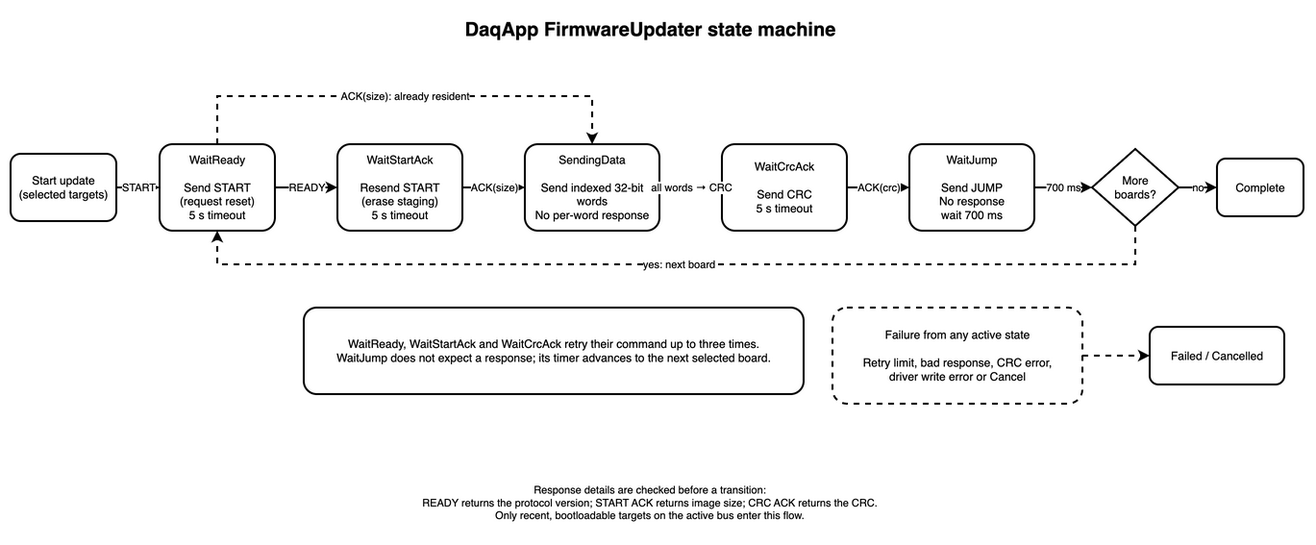
Above: docs/daqapp/daqapp_bootloader_state_machine.drawio.png in PurdueElectricRacing/monorepo (draw.io), before the change. Source tidied: cells renumbered, new cells last; positions are measured from the earlier drawing's top-left corner, leaving out a move shared by most shapes.
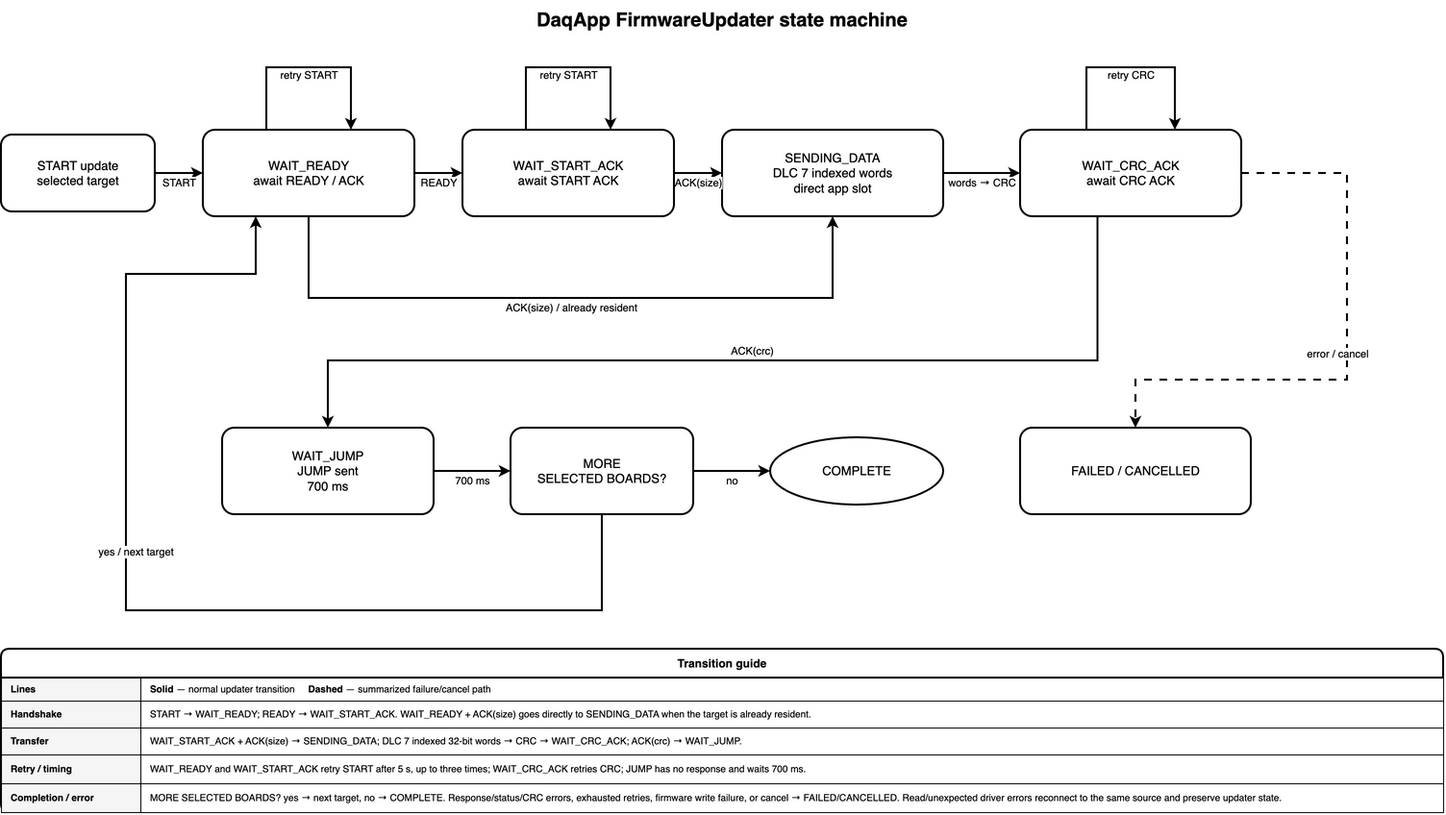
The same file after the commit.

Commit message:
Update bootloader diagrams for full application slot

Diff of the diagram source:
```diff
@@ -2,84 +2,145 @@
   <root>
     <mxCell id="0" />
     <mxCell id="1" parent="0" />
-    <mxCell id="2" value="DaqApp FirmwareUpdater state machine" style="text;html=1;align=center;verticalAlign=middle;fontSize=20;fontStyle=1;" parent="1" vertex="1">
-      <mxGeometry x="365" width="600" height="40" as="geometry" />
+    <mxCell id="2" value="DaqApp FirmwareUpdater state machine" style="text;html=1;whiteSpace=wrap;align=center;verticalAlign=middle;fontSize=20;fontStyle=1;" parent="1" vertex="1">
+      <mxGeometry x="375" y="-5" width="720" height="40" as="geometry" />
     </mxCell>
-    <mxCell id="3" value="Start update&lt;br&gt;(selected targets)" style="rounded=1;whiteSpace=wrap;html=1;fontSize=12;strokeWidth=2;" parent="1" vertex="1">
-      <mxGeometry y="150" width="110" height="70" as="geometry" />
+    <mxCell id="3" value="START update&lt;br&gt;selected target" style="rounded=1;whiteSpace=wrap;html=1;fontSize=13;strokeWidth=2;arcSize=14;" parent="1" vertex="1">
+      <mxGeometry x="-15" y="135" width="160" height="80" as="geometry" />
     </mxCell>
-    <mxCell id="4" value="WaitReady&lt;br&gt;&lt;br&gt;Send START&lt;br&gt;(request reset)&lt;br&gt;5 s timeout" style="rounded=1;whiteSpace=wrap;html=1;fontSize=12;strokeWidth=2;" parent="1" vertex="1">
-      <mxGeometry x="155" y="140" width="120" height="90" as="geometry" />
+    <mxCell id="4" value="WAIT_READY&lt;br&gt;await READY / ACK" style="rounded=1;whiteSpace=wrap;html=1;fontSize=13;strokeWidth=2;arcSize=14;" parent="1" vertex="1">
+      <mxGeometry x="195" y="130" width="220" height="90" as="geometry" />
     </mxCell>
-    <mxCell id="5" value="WaitStartAck&lt;br&gt;&lt;br&gt;Resend START&lt;br&gt;(erase staging)&lt;br&gt;5 s timeout" style="rounded=1;whiteSpace=wrap;html=1;fontSize=12;strokeWidth=2;" parent="1" vertex="1">
-      <mxGeometry x="340" y="140" width="130" height="90" as="geometry" />
+    <mxCell id="5" value="WAIT_START_ACK&lt;br&gt;await START ACK" style="rounded=1;whiteSpace=wrap;html=1;fontSize=13;strokeWidth=2;arcSize=14;" parent="1" vertex="1">
+      <mxGeometry x="465" y="130" width="220" height="90" as="geometry" />
     </mxCell>
-    <mxCell id="6" value="SendingData&lt;br&gt;&lt;br&gt;Send indexed 32-bit words&lt;br&gt;No per-word response" style="rounded=1;whiteSpace=wrap;html=1;fontSize=12;strokeWidth=2;" parent="1" vertex="1">
-      <mxGeometry x="535" y="140" width="140" height="90" as="geometry" />
+    <mxCell id="6" value="SENDING_DATA&lt;br&gt;DLC 7 indexed words&lt;br&gt;direct app slot" style="rounded=1;whiteSpace=wrap;html=1;fontSize=13;strokeWidth=2;arcSize=14;" parent="1" vertex="1">
+      <mxGeometry x="735" y="130" width="230" height="90" as="geometry" />
     </mxCell>
-    <mxCell id="7" value="WaitCrcAck&lt;br&gt;&lt;br&gt;Send CRC&lt;br&gt;5 s timeout" style="rounded=1;whiteSpace=wrap;html=1;fontSize=12;strokeWidth=2;" parent="1" vertex="1">
-      <mxGeometry x="740" y="140" width="130" height="90" as="geometry" />
+    <mxCell id="7" value="WAIT_CRC_ACK&lt;br&gt;await CRC ACK" style="rounded=1;whiteSpace=wrap;html=1;fontSize=13;strokeWidth=2;arcSize=14;" parent="1" vertex="1">
+      <mxGeometry x="1045" y="130" width="230" height="90" as="geometry" />
     </mxCell>
-    <mxCell id="8" value="WaitJump&lt;br&gt;&lt;br&gt;Send JUMP&lt;br&gt;No response&lt;br&gt;wait 700 ms" style="rounded=1;whiteSpace=wrap;html=1;fontSize=12;strokeWidth=2;" parent="1" vertex="1">
-      <mxGeometry x="935" y="140" width="130" height="90" as="geometry" />
+    <mxCell id="8" value="WAIT_JUMP&lt;br&gt;JUMP sent&lt;br&gt;700 ms" style="rounded=1;whiteSpace=wrap;html=1;fontSize=13;strokeWidth=2;arcSize=14;" parent="1" vertex="1">
+      <mxGeometry x="215" y="440" width="220" height="90" as="geometry" />
     </mxCell>
-    <mxCell id="9" value="More&lt;br&gt;boards?" style="rhombus;whiteSpace=wrap;html=1;fontSize=12;strokeWidth=2;" parent="1" vertex="1">
-      <mxGeometry x="1125" y="145" width="90" height="80" as="geometry" />
+    <mxCell id="9" value="MORE&lt;br&gt;SELECTED BOARDS?" style="rounded=1;whiteSpace=wrap;html=1;fontSize=13;strokeWidth=2;arcSize=14;" parent="1" vertex="1">
+      <mxGeometry x="515" y="440" width="190" height="90" as="geometry" />
     </mxCell>
-    <mxCell id="10" value="Complete" style="rounded=1;whiteSpace=wrap;html=1;fontSize=12;strokeWidth=2;" parent="1" vertex="1">
-      <mxGeometry x="1255" y="155" width="90" height="60" as="geometry" />
+    <mxCell id="10" value="COMPLETE" style="ellipse;whiteSpace=wrap;html=1;fontSize=13;strokeWidth=2;" parent="1" vertex="1">
+      <mxGeometry x="785" y="450" width="180" height="70" as="geometry" />
     </mxCell>
-    <mxCell id="11" value="WaitReady, WaitStartAck and WaitCrcAck retry their command up to three times.&lt;br&gt;WaitJump does not expect a response; its timer advances to the next selected board." style="rounded=1;whiteSpace=wrap;html=1;fontSize=12;strokeWidth=2;" parent="1" vertex="1">
-      <mxGeometry x="305" y="310" width="520" height="90" as="geometry" />
-    </mxCell>
-    <mxCell id="12" value="Failure from any active state&lt;br&gt;&lt;br&gt;Retry limit, bad response, CRC error,&lt;br&gt;driver write error or Cancel" style="rounded=1;whiteSpace=wrap;html=1;fontSize=12;strokeWidth=2;dashed=1;dashPattern=3 3;" parent="1" vertex="1">
-      <mxGeometry x="855" y="310" width="260" height="100" as="geometry" />
-    </mxCell>
-    <mxCell id="13" value="Failed / Cancelled" style="rounded=1;whiteSpace=wrap;html=1;fontSize=12;strokeWidth=2;" parent="1" vertex="1">
-      <mxGeometry x="1185" y="330" width="140" height="60" as="geometry" />
+    <mxCell id="13" value="FAILED / CANCELLED" style="rounded=1;whiteSpace=wrap;html=1;fontSize=13;strokeWidth=2;arcSize=14;" parent="1" vertex="1">
+      <mxGeometry x="1045" y="440" width="240" height="90" as="geometry" />
     </mxCell>
-    <mxCell id="14" value="Response details are checked before a transition:&lt;br&gt;READY returns the protocol version; START ACK returns image size; CRC ACK returns the CRC.&lt;br&gt;Only recent, bootloadable targets on the active bus enter this flow." style="text;html=1;whiteSpace=wrap;align=center;verticalAlign=middle;fontSize=11;" parent="1" vertex="1">
-      <mxGeometry x="305" y="480" width="720" height="65" as="geometry" />
-    </mxCell>
-    <mxCell id="15" value="START" style="edgeStyle=orthogonalEdgeStyle;rounded=0;jettySize=auto;html=1;endArrow=classic;fontSize=11;strokeWidth=2;" parent="1" edge="1" source="3" target="4">
-      <mxGeometry relative="1" as="geometry" />
+    <mxCell id="15" value="START" style="edgeStyle=orthogonalEdgeStyle;rounded=0;jettySize=18;html=1;endArrow=classic;endFill=1;fontSize=11;strokeWidth=2;labelBackgroundColor=#ffffff;" parent="1" edge="1" source="3" target="4">
+      <mxGeometry y="-10" relative="1" as="geometry" />
     </mxCell>
-    <mxCell id="16" value="READY" style="edgeStyle=orthogonalEdgeStyle;rounded=0;jettySize=auto;html=1;endArrow=classic;fontSize=11;strokeWidth=2;" parent="1" edge="1" source="4" target="5">
-      <mxGeometry relative="1" as="geometry" />
+    <mxCell id="16" value="READY" style="edgeStyle=orthogonalEdgeStyle;rounded=0;jettySize=18;html=1;endArrow=classic;endFill=1;fontSize=11;strokeWidth=2;labelBackgroundColor=#ffffff;" parent="1" edge="1" source="4" target="5">
+      <mxGeometry y="-10" relative="1" as="geometry" />
     </mxCell>
-    <mxCell id="17" value="ACK(size): already resident" style="edgeStyle=orthogonalEdgeStyle;rounded=0;jettySize=auto;html=1;dashed=1;dashPattern=3 3;endArrow=classic;fontSize=11;strokeWidth=2;" parent="1" edge="1" source="4" target="6">
-      <mxGeometry relative="1" as="geometry">
-        <Array as="points">
-          <mxPoint x="215" y="90" />
-          <mxPoint x="605" y="90" />
-        </Array>
-      </mxGeometry>
-    </mxCell>
-    <mxCell id="18" value="ACK(size)" style="edgeStyle=orthogonalEdgeStyle;rounded=0;jettySize=auto;html=1;endArrow=classic;fontSize=11;strokeWidth=2;" parent="1" edge="1" source="5" target="6">
-      <mxGeometry relative="1" as="geometry" />
+    <mxCell id="18" value="ACK(size)" style="edgeStyle=orthogonalEdgeStyle;rounded=0;jettySize=18;html=1;endArrow=classic;endFill=1;fontSize=11;strokeWidth=2;labelBackgroundColor=#ffffff;" parent="1" edge="1" source="5" target="6">
+      <mxGeometry y="-10" relative="1" as="geometry" />
     </mxCell>
-    <mxCell id="19" value="all words → CRC" style="edgeStyle=orthogonalEdgeStyle;rounded=0;jettySize=auto;html=1;endArrow=classic;fontSize=11;strokeWidth=2;" parent="1" edge="1" source="6" target="7">
-      <mxGeometry relative="1" as="geometry" />
+    <mxCell id="19" value="words → CRC" style="edgeStyle=orthogonalEdgeStyle;rounded=0;jettySize=18;html=1;endArrow=classic;endFill=1;fontSize=11;strokeWidth=2;labelBackgroundColor=#ffffff;" parent="1" edge="1" source="6" target="7">
+      <mxGeometry y="-10" relative="1" as="geometry" />
     </mxCell>
+    <mxCell id="17" value="ACK(size) / already resident" style="edgeStyle=orthogonalEdgeStyle;rounded=0;jettySize=18;html=1;endArrow=classic;endFill=1;fontSize=11;strokeWidth=2;labelBackgroundColor=#ffffff;exitX=0.5;exitY=1;entryX=0.5;entryY=1;" parent="1" edge="1" source="4" target="6">
+      <mxGeometry y="-10" relative="1" as="geometry">
+        <Array as="points">
+          <mxPoint x="305" y="305" />
+          <mxPoint x="850" y="305" />
+        </Array>
+      </mxGeometry>
+    </mxCell>
-    <mxCell id="20" value="ACK(crc)" style="edgeStyle=orthogonalEdgeStyle;rounded=0;jettySize=auto;html=1;endArrow=classic;fontSize=11;strokeWidth=2;" parent="1" edge="1" source="7" target="8">
-      <mxGeometry relative="1" as="geometry" />
+    <mxCell id="20" value="ACK(crc)" style="edgeStyle=orthogonalEdgeStyle;rounded=0;jettySize=18;html=1;endArrow=classic;endFill=1;fontSize=11;strokeWidth=2;labelBackgroundColor=#ffffff;exitX=0.35;exitY=1;entryX=0.5;entryY=0;" parent="1" edge="1" source="7" target="8">
+      <mxGeometry y="-10" relative="1" as="geometry">
+        <Array as="points">
+          <mxPoint x="1125" y="370" />
+          <mxPoint x="325" y="370" />
+        </Array>
+      </mxGeometry>
     </mxCell>
-    <mxCell id="21" value="700 ms" style="edgeStyle=orthogonalEdgeStyle;rounded=0;jettySize=auto;html=1;endArrow=classic;fontSize=11;strokeWidth=2;" parent="1" edge="1" source="8" target="9">
-      <mxGeometry relative="1" as="geometry" />
+    <mxCell id="21" value="700 ms" style="edgeStyle=orthogonalEdgeStyle;rounded=0;jettySize=18;html=1;endArrow=classic;endFill=1;fontSize=11;strokeWidth=2;labelBackgroundColor=#ffffff;" parent="1" edge="1" source="8" target="9">
+      <mxGeometry y="-10" relative="1" as="geometry" />
     </mxCell>
-    <mxCell id="22" value="no" style="edgeStyle=orthogonalEdgeStyle;rounded=0;jettySize=auto;html=1;endArrow=classic;fontSize=11;strokeWidth=2;" parent="1" edge="1" source="9" target="10">
-      <mxGeometry relative="1" as="geometry" />
+    <mxCell id="22" value="no" style="edgeStyle=orthogonalEdgeStyle;rounded=0;jettySize=18;html=1;endArrow=classic;endFill=1;fontSize=11;strokeWidth=2;labelBackgroundColor=#ffffff;" parent="1" edge="1" source="9" target="10">
+      <mxGeometry y="-10" relative="1" as="geometry" />
     </mxCell>
-    <mxCell id="23" value="yes: next board" style="edgeStyle=orthogonalEdgeStyle;rounded=0;jettySize=auto;html=1;dashed=1;dashPattern=3 3;endArrow=classic;fontSize=11;strokeWidth=2;" parent="1" edge="1" source="9" target="4">
-      <mxGeometry relative="1" as="geometry">
+    <mxCell id="23" value="yes / next target" style="edgeStyle=orthogonalEdgeStyle;rounded=0;jettySize=18;html=1;endArrow=classic;endFill=1;fontSize=11;strokeWidth=2;labelBackgroundColor=#ffffff;exitX=0.5;exitY=1;entryX=0.25;entryY=1;" parent="1" edge="1" source="9" target="4">
+      <mxGeometry x="0.15" y="-10" relative="1" as="geometry">
         <Array as="points">
-          <mxPoint x="1170" y="265" />
-          <mxPoint x="215" y="265" />
+          <mxPoint x="610" y="630" />
+          <mxPoint x="115" y="630" />
+          <mxPoint x="115" y="280" />
+          <mxPoint x="250" y="280" />
         </Array>
       </mxGeometry>
     </mxCell>
-    <mxCell id="24" style="edgeStyle=orthogonalEdgeStyle;rounded=0;jettySize=auto;html=1;dashed=1;dashPattern=3 3;endArrow=classic;strokeWidth=2;" parent="1" edge="1" source="12" target="13">
-      <mxGeometry relative="1" as="geometry" />
-    </mxCell>
+    <mxCell id="25" value="error / cancel" style="edgeStyle=orthogonalEdgeStyle;rounded=0;jettySize=18;html=1;endArrow=classic;endFill=1;fontSize=11;strokeWidth=2;labelBackgroundColor=#ffffff;dashed=1;dashPattern=4 4;exitX=1;exitY=0.5;entryX=0.5;entryY=0;" parent="1" edge="1" source="7" target="13">
+      <mxGeometry y="-10" relative="1" as="geometry">
+        <Array as="points">
+          <mxPoint x="1385" y="175" />
+          <mxPoint x="1385" y="390" />
+          <mxPoint x="1165" y="390" />
+        </Array>
+      </mxGeometry>
+    </mxCell>
+    <mxCell id="26" value="retry START" style="edgeStyle=orthogonalEdgeStyle;rounded=0;orthogonalLoop=1;jettySize=18;html=1;endArrow=classic;endFill=1;fontSize=11;strokeWidth=2;labelBackgroundColor=#ffffff;validationAllowSelfLoop=1;exitX=0.3;exitY=0;entryX=0.7;entryY=0;" parent="1" edge="1" source="4" target="4">
+      <mxGeometry y="-8" relative="1" as="geometry">
+        <Array as="points">
+          <mxPoint x="261" y="65" />
+          <mxPoint x="349" y="65" />
+        </Array>
+      </mxGeometry>
+    </mxCell>
+    <mxCell id="27" value="retry START" style="edgeStyle=orthogonalEdgeStyle;rounded=0;orthogonalLoop=1;jettySize=18;html=1;endArrow=classic;endFill=1;fontSize=11;strokeWidth=2;labelBackgroundColor=#ffffff;validationAllowSelfLoop=1;exitX=0.3;exitY=0;entryX=0.7;entryY=0;" parent="1" edge="1" source="5" target="5">
+      <mxGeometry y="-8" relative="1" as="geometry">
+        <Array as="points">
+          <mxPoint x="531" y="65" />
+          <mxPoint x="619" y="65" />
+        </Array>
+      </mxGeometry>
+    </mxCell>
+    <mxCell id="28" value="retry CRC" style="edgeStyle=orthogonalEdgeStyle;rounded=0;orthogonalLoop=1;jettySize=18;html=1;endArrow=classic;endFill=1;fontSize=11;strokeWidth=2;labelBackgroundColor=#ffffff;validationAllowSelfLoop=1;exitX=0.3;exitY=0;entryX=0.7;entryY=0;" parent="1" edge="1" source="7" target="7">
+      <mxGeometry y="-8" relative="1" as="geometry">
+        <Array as="points">
+          <mxPoint x="1114" y="65" />
+          <mxPoint x="1206" y="65" />
+        </Array>
+      </mxGeometry>
+    </mxCell>
+    <mxCell id="29" value="Transition guide" style="swimlane;whiteSpace=wrap;html=1;startSize=30;rounded=1;arcSize=10;fontSize=12;fontStyle=1;strokeWidth=2;" parent="1" vertex="1">
+      <mxGeometry x="-15" y="670" width="1500" height="170" as="geometry" />
+    </mxCell>
+    <mxCell id="30" value="Lines" style="rounded=0;whiteSpace=wrap;html=1;fontSize=10;fontStyle=1;align=left;verticalAlign=middle;spacingLeft=8;strokeWidth=1;fillColor=#f5f5f5;" parent="29" vertex="1">
+      <mxGeometry y="30" width="145" height="24" as="geometry" />
+    </mxCell>
+    <mxCell id="31" value="&lt;b&gt;Solid&lt;/b&gt; — normal updater transition &amp;nbsp;&amp;nbsp;&amp;nbsp; &lt;b&gt;Dashed&lt;/b&gt; — summarized failure/cancel path" style="rounded=0;whiteSpace=wrap;html=1;fontSize=10;align=left;verticalAlign=middle;spacingLeft=8;spacingRight=8;strokeWidth=1;" parent="29" vertex="1">
+      <mxGeometry x="145" y="30" width="1355" height="24" as="geometry" />
+    </mxCell>
+    <mxCell id="32" value="Handshake" style="rounded=0;whiteSpace=wrap;html=1;fontSize=10;fontStyle=1;align=left;verticalAlign=middle;spacingLeft=8;strokeWidth=1;fillColor=#f5f5f5;" parent="29" vertex="1">
+      <mxGeometry y="54" width="145" height="28" as="geometry" />
+    </mxCell>
+    <mxCell id="33" value="START → WAIT_READY; READY → WAIT_START_ACK. WAIT_READY + ACK(size) goes directly to SENDING_DATA when the target is already resident." style="rounded=0;whiteSpace=wrap;html=1;fontSize=10;align=left;verticalAlign=middle;spacingLeft=8;spacingRight=8;strokeWidth=1;" parent="29" vertex="1">
+      <mxGeometry x="145" y="54" width="1355" height="28" as="geometry" />
+    </mxCell>
+    <mxCell id="34" value="Transfer" style="rounded=0;whiteSpace=wrap;html=1;fontSize=10;fontStyle=1;align=left;verticalAlign=middle;spacingLeft=8;strokeWidth=1;fillColor=#f5f5f5;" parent="29" vertex="1">
+      <mxGeometry y="82" width="145" height="28" as="geometry" />
+    </mxCell>
+    <mxCell id="35" value="WAIT_START_ACK + ACK(size) → SENDING_DATA; DLC 7 indexed 32-bit words → CRC → WAIT_CRC_ACK; ACK(crc) → WAIT_JUMP." style="rounded=0;whiteSpace=wrap;html=1;fontSize=10;align=left;verticalAlign=middle;spacingLeft=8;spacingRight=8;strokeWidth=1;" parent="29" vertex="1">
+      <mxGeometry x="145" y="82" width="1355" height="28" as="geometry" />
+    </mxCell>
+    <mxCell id="36" value="Retry / timing" style="rounded=0;whiteSpace=wrap;html=1;fontSize=10;fontStyle=1;align=left;verticalAlign=middle;spacingLeft=8;strokeWidth=1;fillColor=#f5f5f5;" parent="29" vertex="1">
+      <mxGeometry y="110" width="145" height="30" as="geometry" />
+    </mxCell>
+    <mxCell id="37" value="WAIT_READY and WAIT_START_ACK retry START after 5 s, up to three times; WAIT_CRC_ACK retries CRC; JUMP has no response and waits 700 ms." style="rounded=0;whiteSpace=wrap;html=1;fontSize=10;align=left;verticalAlign=middle;spacingLeft=8;spacingRight=8;strokeWidth=1;" parent="29" vertex="1">
+      <mxGeometry x="145" y="110" width="1355" height="30" as="geometry" />
+    </mxCell>
+    <mxCell id="38" value="Completion / error" style="rounded=0;whiteSpace=wrap;html=1;fontSize=10;fontStyle=1;align=left;verticalAlign=middle;spacingLeft=8;strokeWidth=1;fillColor=#f5f5f5;" parent="29" vertex="1">
+      <mxGeometry y="140" width="145" height="30" as="geometry" />
+    </mxCell>
+    <mxCell id="39" value="MORE SELECTED BOARDS? yes → next target, no → COMPLETE. Response/status/CRC errors, exhausted retries, firmware write failure, or cancel → FAILED/CANCELLED. Read/unexpected driver errors reconnect to the same source and preserve updater state." style="rounded=0;whiteSpace=wrap;html=1;fontSize=10;align=left;verticalAlign=middle;spacingLeft=8;spacingRight=8;strokeWidth=1;" parent="29" vertex="1">
+      <mxGeometry x="145" y="140" width="1355" height="30" as="geometry" />
+    </mxCell>
   </root>
 </mxGraphModel>
```
